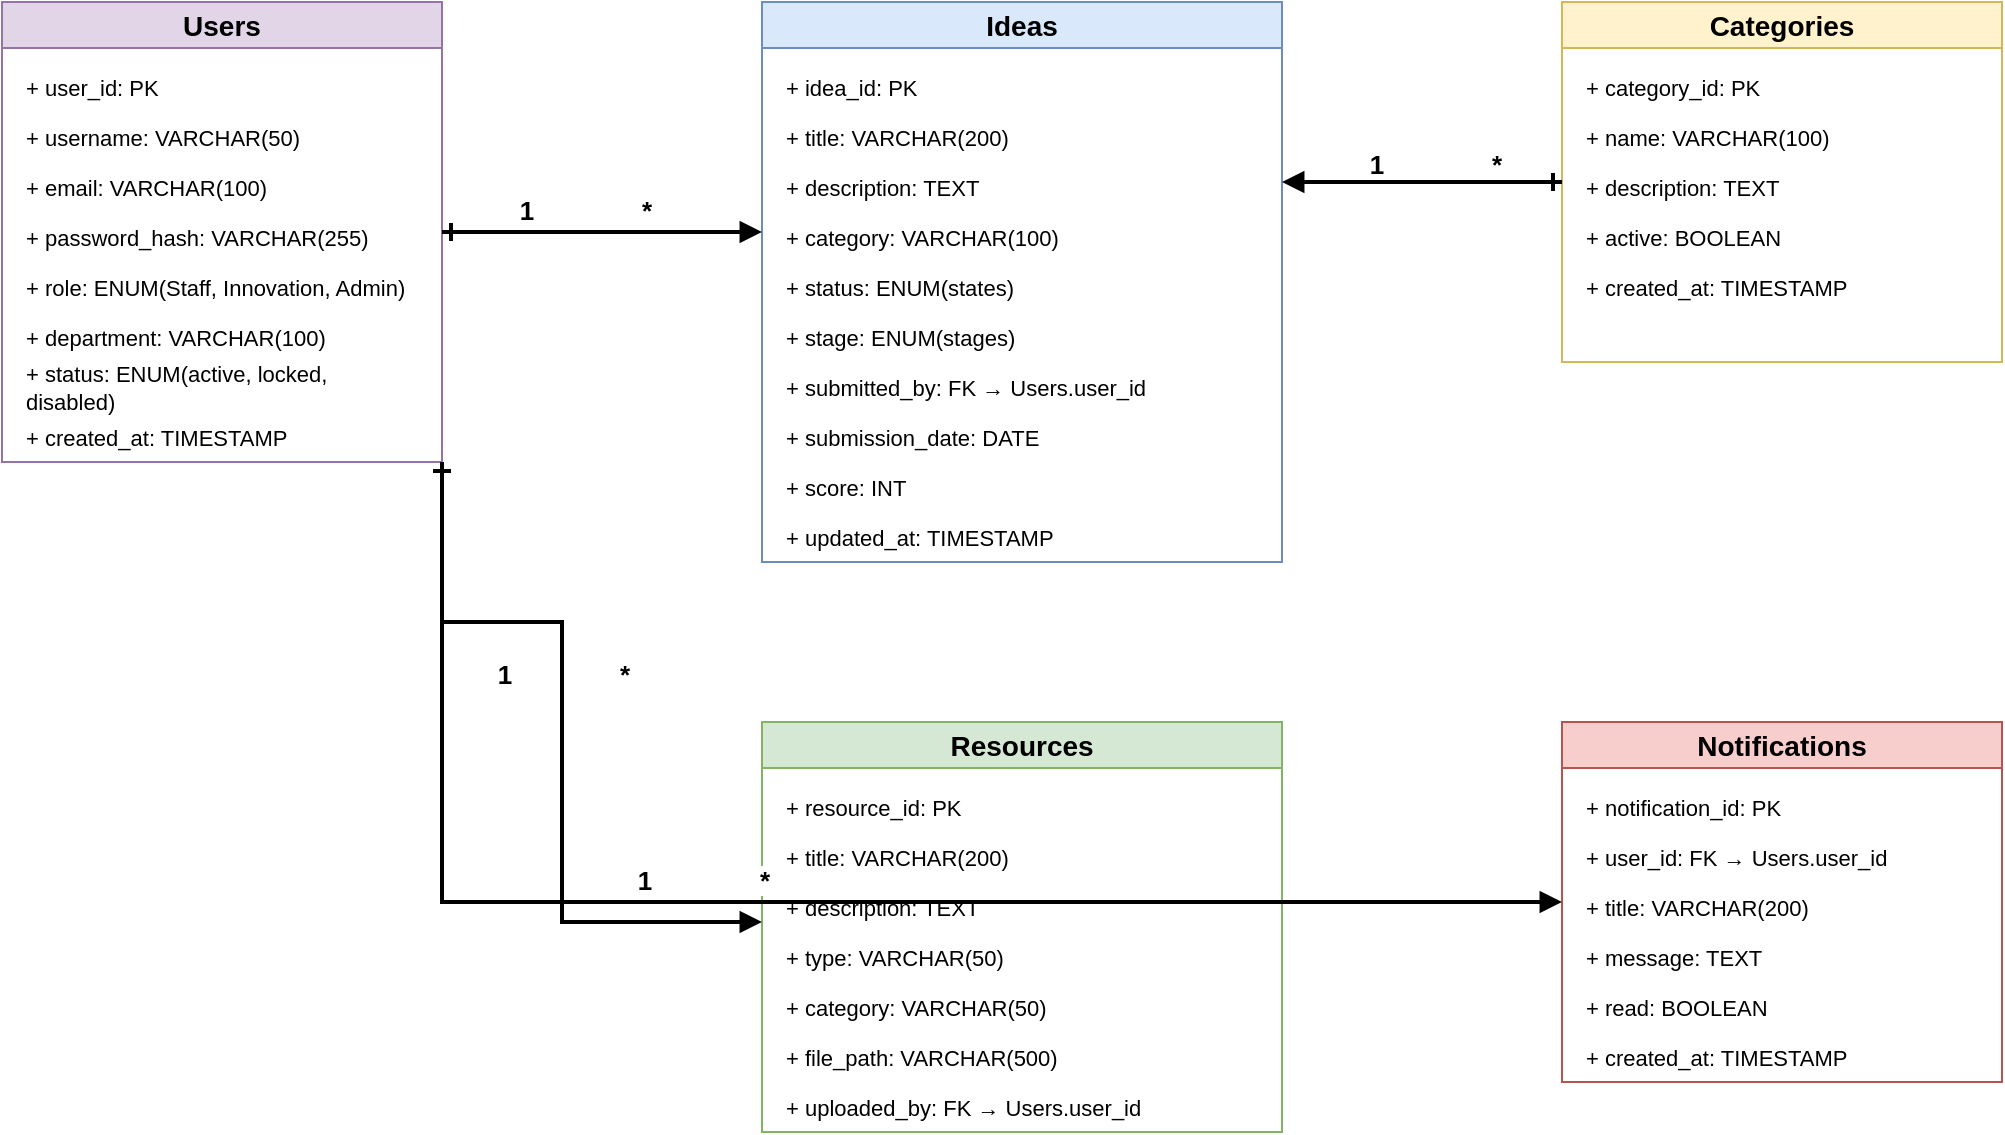
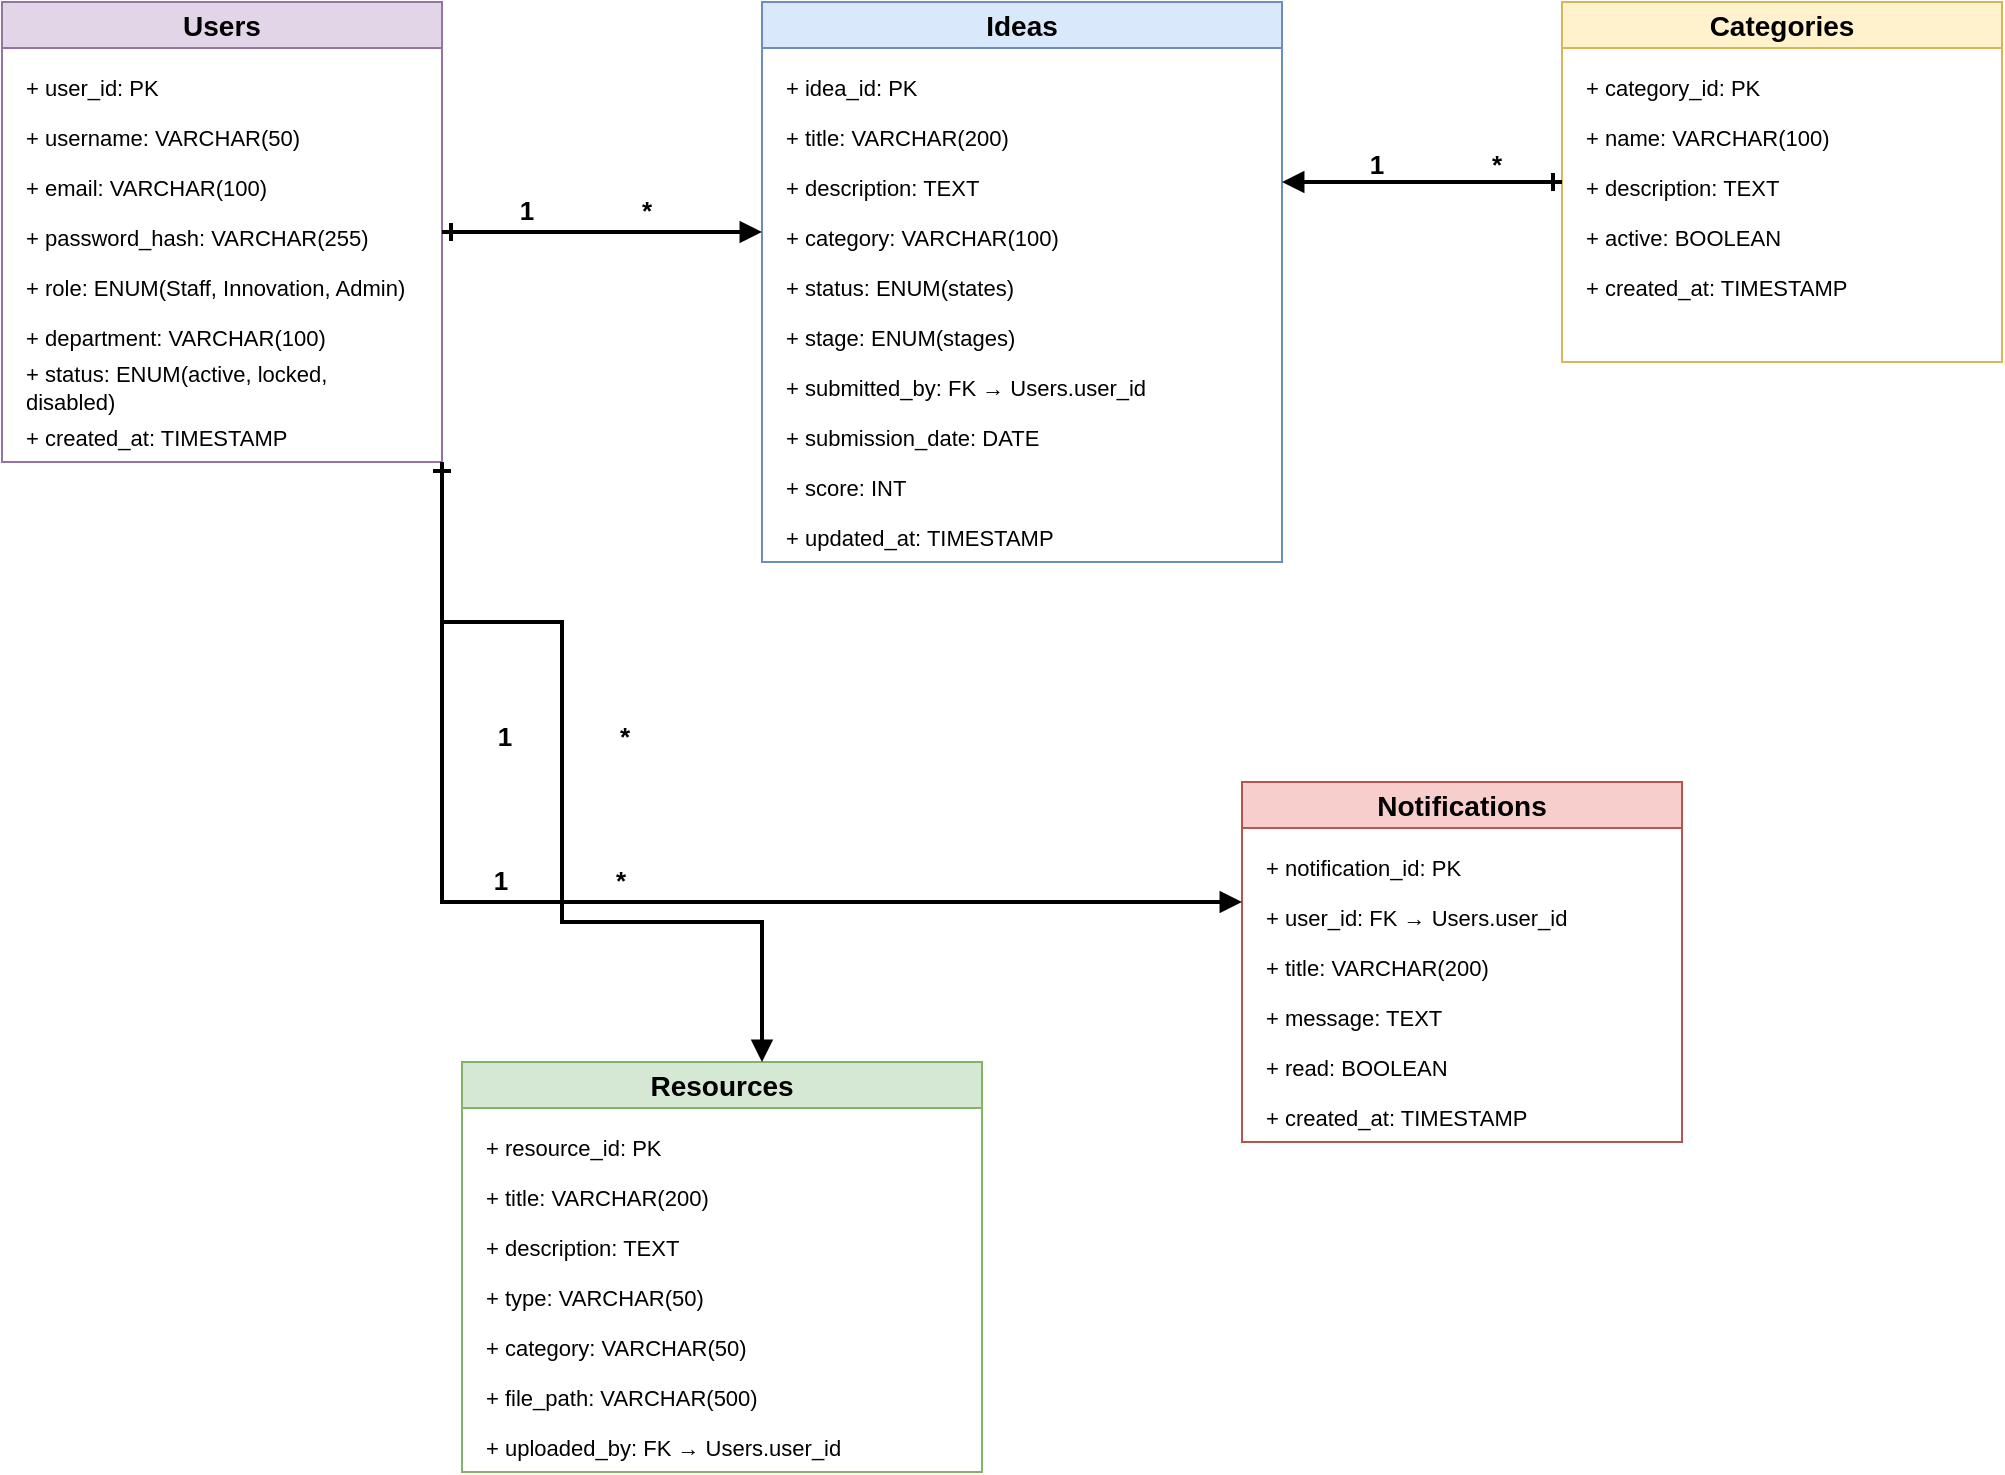
<mxfile host="app.diagrams.net">
  <diagram name="ERD" id="ijxSy8GPh-235kHQ-9ez">
-     <mxGraphModel dx="926" dy="600" grid="1" gridSize="10" guides="1" tooltips="1" connect="1" arrows="1" fold="1" page="1" pageScale="1" pageWidth="850" pageHeight="1100" math="0" shadow="0">
+     <mxGraphModel dx="1029" dy="667" grid="1" gridSize="10" guides="1" tooltips="1" connect="1" arrows="1" fold="1" page="1" pageScale="1" pageWidth="850" pageHeight="1100" math="0" shadow="0">
      <root>
        <mxCell id="0" />
        <mxCell id="1" parent="0" />
        <mxCell id="2hUeCNZVQ66f_0S_n0hI-1" parent="1" style="swimlane;whiteSpace=wrap;html=1;fillColor=#e1d5e7;strokeColor=#9673a6;fontSize=14;fontStyle=1;" value="Users" vertex="1">
          <mxGeometry height="230" width="220" x="40" y="40" as="geometry" />
        </mxCell>
        <mxCell id="2hUeCNZVQ66f_0S_n0hI-2" parent="2hUeCNZVQ66f_0S_n0hI-1" style="text;html=1;strokeColor=none;fillColor=none;align=left;verticalAlign=middle;whiteSpace=wrap;fontSize=11;" value="+ user_id: PK" vertex="1">
          <mxGeometry height="25" width="200" x="10" y="30" as="geometry" />
        </mxCell>
        <mxCell id="2hUeCNZVQ66f_0S_n0hI-3" parent="2hUeCNZVQ66f_0S_n0hI-1" style="text;html=1;strokeColor=none;fillColor=none;align=left;verticalAlign=middle;whiteSpace=wrap;fontSize=11;" value="+ username: VARCHAR(50)" vertex="1">
          <mxGeometry height="25" width="200" x="10" y="55" as="geometry" />
        </mxCell>
        <mxCell id="2hUeCNZVQ66f_0S_n0hI-4" parent="2hUeCNZVQ66f_0S_n0hI-1" style="text;html=1;strokeColor=none;fillColor=none;align=left;verticalAlign=middle;whiteSpace=wrap;fontSize=11;" value="+ email: VARCHAR(100)" vertex="1">
          <mxGeometry height="25" width="200" x="10" y="80" as="geometry" />
        </mxCell>
        <mxCell id="2hUeCNZVQ66f_0S_n0hI-5" parent="2hUeCNZVQ66f_0S_n0hI-1" style="text;html=1;strokeColor=none;fillColor=none;align=left;verticalAlign=middle;whiteSpace=wrap;fontSize=11;" value="+ password_hash: VARCHAR(255)" vertex="1">
          <mxGeometry height="25" width="200" x="10" y="105" as="geometry" />
        </mxCell>
        <mxCell id="2hUeCNZVQ66f_0S_n0hI-6" parent="2hUeCNZVQ66f_0S_n0hI-1" style="text;html=1;strokeColor=none;fillColor=none;align=left;verticalAlign=middle;whiteSpace=wrap;fontSize=11;" value="+ role: ENUM(Staff, Innovation, Admin)" vertex="1">
          <mxGeometry height="25" width="200" x="10" y="130" as="geometry" />
        </mxCell>
        <mxCell id="2hUeCNZVQ66f_0S_n0hI-7" parent="2hUeCNZVQ66f_0S_n0hI-1" style="text;html=1;strokeColor=none;fillColor=none;align=left;verticalAlign=middle;whiteSpace=wrap;fontSize=11;" value="+ department: VARCHAR(100)" vertex="1">
          <mxGeometry height="25" width="200" x="10" y="155" as="geometry" />
        </mxCell>
        <mxCell id="2hUeCNZVQ66f_0S_n0hI-8" parent="2hUeCNZVQ66f_0S_n0hI-1" style="text;html=1;strokeColor=none;fillColor=none;align=left;verticalAlign=middle;whiteSpace=wrap;fontSize=11;" value="+ status: ENUM(active, locked, disabled)" vertex="1">
          <mxGeometry height="25" width="200" x="10" y="180" as="geometry" />
        </mxCell>
        <mxCell id="2hUeCNZVQ66f_0S_n0hI-9" parent="2hUeCNZVQ66f_0S_n0hI-1" style="text;html=1;strokeColor=none;fillColor=none;align=left;verticalAlign=middle;whiteSpace=wrap;fontSize=11;" value="+ created_at: TIMESTAMP" vertex="1">
          <mxGeometry height="25" width="200" x="10" y="205" as="geometry" />
        </mxCell>
        <mxCell id="2hUeCNZVQ66f_0S_n0hI-10" parent="1" style="swimlane;whiteSpace=wrap;html=1;fillColor=#dae8fc;strokeColor=#6c8ebf;fontSize=14;fontStyle=1;" value="Ideas" vertex="1">
          <mxGeometry height="280" width="260" x="420" y="40" as="geometry" />
        </mxCell>
        <mxCell id="2hUeCNZVQ66f_0S_n0hI-11" parent="2hUeCNZVQ66f_0S_n0hI-10" style="text;html=1;strokeColor=none;fillColor=none;align=left;verticalAlign=middle;whiteSpace=wrap;fontSize=11;" value="+ idea_id: PK" vertex="1">
          <mxGeometry height="25" width="240" x="10" y="30" as="geometry" />
        </mxCell>
        <mxCell id="2hUeCNZVQ66f_0S_n0hI-12" parent="2hUeCNZVQ66f_0S_n0hI-10" style="text;html=1;strokeColor=none;fillColor=none;align=left;verticalAlign=middle;whiteSpace=wrap;fontSize=11;" value="+ title: VARCHAR(200)" vertex="1">
          <mxGeometry height="25" width="240" x="10" y="55" as="geometry" />
        </mxCell>
        <mxCell id="2hUeCNZVQ66f_0S_n0hI-13" parent="2hUeCNZVQ66f_0S_n0hI-10" style="text;html=1;strokeColor=none;fillColor=none;align=left;verticalAlign=middle;whiteSpace=wrap;fontSize=11;" value="+ description: TEXT" vertex="1">
          <mxGeometry height="25" width="240" x="10" y="80" as="geometry" />
        </mxCell>
        <mxCell id="2hUeCNZVQ66f_0S_n0hI-14" parent="2hUeCNZVQ66f_0S_n0hI-10" style="text;html=1;strokeColor=none;fillColor=none;align=left;verticalAlign=middle;whiteSpace=wrap;fontSize=11;" value="+ category: VARCHAR(100)" vertex="1">
          <mxGeometry height="25" width="240" x="10" y="105" as="geometry" />
        </mxCell>
        <mxCell id="2hUeCNZVQ66f_0S_n0hI-15" parent="2hUeCNZVQ66f_0S_n0hI-10" style="text;html=1;strokeColor=none;fillColor=none;align=left;verticalAlign=middle;whiteSpace=wrap;fontSize=11;" value="+ status: ENUM(states)" vertex="1">
          <mxGeometry height="25" width="240" x="10" y="130" as="geometry" />
        </mxCell>
        <mxCell id="2hUeCNZVQ66f_0S_n0hI-16" parent="2hUeCNZVQ66f_0S_n0hI-10" style="text;html=1;strokeColor=none;fillColor=none;align=left;verticalAlign=middle;whiteSpace=wrap;fontSize=11;" value="+ stage: ENUM(stages)" vertex="1">
          <mxGeometry height="25" width="240" x="10" y="155" as="geometry" />
        </mxCell>
        <mxCell id="2hUeCNZVQ66f_0S_n0hI-17" parent="2hUeCNZVQ66f_0S_n0hI-10" style="text;html=1;strokeColor=none;fillColor=none;align=left;verticalAlign=middle;whiteSpace=wrap;fontSize=11;" value="+ submitted_by: FK → Users.user_id" vertex="1">
          <mxGeometry height="25" width="240" x="10" y="180" as="geometry" />
        </mxCell>
        <mxCell id="2hUeCNZVQ66f_0S_n0hI-18" parent="2hUeCNZVQ66f_0S_n0hI-10" style="text;html=1;strokeColor=none;fillColor=none;align=left;verticalAlign=middle;whiteSpace=wrap;fontSize=11;" value="+ submission_date: DATE" vertex="1">
          <mxGeometry height="25" width="240" x="10" y="205" as="geometry" />
        </mxCell>
        <mxCell id="2hUeCNZVQ66f_0S_n0hI-19" parent="2hUeCNZVQ66f_0S_n0hI-10" style="text;html=1;strokeColor=none;fillColor=none;align=left;verticalAlign=middle;whiteSpace=wrap;fontSize=11;" value="+ score: INT" vertex="1">
          <mxGeometry height="25" width="240" x="10" y="230" as="geometry" />
        </mxCell>
        <mxCell id="2hUeCNZVQ66f_0S_n0hI-20" parent="2hUeCNZVQ66f_0S_n0hI-10" style="text;html=1;strokeColor=none;fillColor=none;align=left;verticalAlign=middle;whiteSpace=wrap;fontSize=11;" value="+ updated_at: TIMESTAMP" vertex="1">
          <mxGeometry height="25" width="240" x="10" y="255" as="geometry" />
        </mxCell>
        <mxCell id="2hUeCNZVQ66f_0S_n0hI-21" parent="1" style="swimlane;whiteSpace=wrap;html=1;fillColor=#fff2cc;strokeColor=#d6b656;fontSize=14;fontStyle=1;" value="Categories" vertex="1">
          <mxGeometry height="180" width="220" x="820" y="40" as="geometry" />
        </mxCell>
        <mxCell id="2hUeCNZVQ66f_0S_n0hI-22" parent="2hUeCNZVQ66f_0S_n0hI-21" style="text;html=1;strokeColor=none;fillColor=none;align=left;verticalAlign=middle;whiteSpace=wrap;fontSize=11;" value="+ category_id: PK" vertex="1">
          <mxGeometry height="25" width="200" x="10" y="30" as="geometry" />
        </mxCell>
        <mxCell id="2hUeCNZVQ66f_0S_n0hI-23" parent="2hUeCNZVQ66f_0S_n0hI-21" style="text;html=1;strokeColor=none;fillColor=none;align=left;verticalAlign=middle;whiteSpace=wrap;fontSize=11;" value="+ name: VARCHAR(100)" vertex="1">
          <mxGeometry height="25" width="200" x="10" y="55" as="geometry" />
        </mxCell>
        <mxCell id="2hUeCNZVQ66f_0S_n0hI-24" parent="2hUeCNZVQ66f_0S_n0hI-21" style="text;html=1;strokeColor=none;fillColor=none;align=left;verticalAlign=middle;whiteSpace=wrap;fontSize=11;" value="+ description: TEXT" vertex="1">
          <mxGeometry height="25" width="200" x="10" y="80" as="geometry" />
        </mxCell>
        <mxCell id="2hUeCNZVQ66f_0S_n0hI-25" parent="2hUeCNZVQ66f_0S_n0hI-21" style="text;html=1;strokeColor=none;fillColor=none;align=left;verticalAlign=middle;whiteSpace=wrap;fontSize=11;" value="+ active: BOOLEAN" vertex="1">
          <mxGeometry height="25" width="200" x="10" y="105" as="geometry" />
        </mxCell>
        <mxCell id="2hUeCNZVQ66f_0S_n0hI-26" parent="2hUeCNZVQ66f_0S_n0hI-21" style="text;html=1;strokeColor=none;fillColor=none;align=left;verticalAlign=middle;whiteSpace=wrap;fontSize=11;" value="+ created_at: TIMESTAMP" vertex="1">
          <mxGeometry height="25" width="200" x="10" y="130" as="geometry" />
        </mxCell>
        <mxCell id="2hUeCNZVQ66f_0S_n0hI-27" parent="1" style="swimlane;whiteSpace=wrap;html=1;fillColor=#d5e8d4;strokeColor=#82b366;fontSize=14;fontStyle=1;" value="Resources" vertex="1">
-           <mxGeometry height="205" width="260" x="420" y="400" as="geometry" />
+           <mxGeometry height="205" width="260" x="270" y="570" as="geometry" />
        </mxCell>
        <mxCell id="2hUeCNZVQ66f_0S_n0hI-28" parent="2hUeCNZVQ66f_0S_n0hI-27" style="text;html=1;strokeColor=none;fillColor=none;align=left;verticalAlign=middle;whiteSpace=wrap;fontSize=11;" value="+ resource_id: PK" vertex="1">
          <mxGeometry height="25" width="240" x="10" y="30" as="geometry" />
        </mxCell>
        <mxCell id="2hUeCNZVQ66f_0S_n0hI-29" parent="2hUeCNZVQ66f_0S_n0hI-27" style="text;html=1;strokeColor=none;fillColor=none;align=left;verticalAlign=middle;whiteSpace=wrap;fontSize=11;" value="+ title: VARCHAR(200)" vertex="1">
          <mxGeometry height="25" width="240" x="10" y="55" as="geometry" />
        </mxCell>
        <mxCell id="2hUeCNZVQ66f_0S_n0hI-30" parent="2hUeCNZVQ66f_0S_n0hI-27" style="text;html=1;strokeColor=none;fillColor=none;align=left;verticalAlign=middle;whiteSpace=wrap;fontSize=11;" value="+ description: TEXT" vertex="1">
          <mxGeometry height="25" width="240" x="10" y="80" as="geometry" />
        </mxCell>
        <mxCell id="2hUeCNZVQ66f_0S_n0hI-31" parent="2hUeCNZVQ66f_0S_n0hI-27" style="text;html=1;strokeColor=none;fillColor=none;align=left;verticalAlign=middle;whiteSpace=wrap;fontSize=11;" value="+ type: VARCHAR(50)" vertex="1">
          <mxGeometry height="25" width="240" x="10" y="105" as="geometry" />
        </mxCell>
        <mxCell id="2hUeCNZVQ66f_0S_n0hI-32" parent="2hUeCNZVQ66f_0S_n0hI-27" style="text;html=1;strokeColor=none;fillColor=none;align=left;verticalAlign=middle;whiteSpace=wrap;fontSize=11;" value="+ category: VARCHAR(50)" vertex="1">
          <mxGeometry height="25" width="240" x="10" y="130" as="geometry" />
        </mxCell>
        <mxCell id="2hUeCNZVQ66f_0S_n0hI-33" parent="2hUeCNZVQ66f_0S_n0hI-27" style="text;html=1;strokeColor=none;fillColor=none;align=left;verticalAlign=middle;whiteSpace=wrap;fontSize=11;" value="+ file_path: VARCHAR(500)" vertex="1">
          <mxGeometry height="25" width="240" x="10" y="155" as="geometry" />
        </mxCell>
        <mxCell id="2hUeCNZVQ66f_0S_n0hI-34" parent="2hUeCNZVQ66f_0S_n0hI-27" style="text;html=1;strokeColor=none;fillColor=none;align=left;verticalAlign=middle;whiteSpace=wrap;fontSize=11;" value="+ uploaded_by: FK → Users.user_id" vertex="1">
          <mxGeometry height="25" width="240" x="10" y="180" as="geometry" />
        </mxCell>
        <mxCell id="2hUeCNZVQ66f_0S_n0hI-35" parent="1" style="swimlane;whiteSpace=wrap;html=1;fillColor=#f8cecc;strokeColor=#b85450;fontSize=14;fontStyle=1;" value="Notifications" vertex="1">
-           <mxGeometry height="180" width="220" x="820" y="400" as="geometry" />
+           <mxGeometry height="180" width="220" x="660" y="430" as="geometry" />
        </mxCell>
        <mxCell id="2hUeCNZVQ66f_0S_n0hI-36" parent="2hUeCNZVQ66f_0S_n0hI-35" style="text;html=1;strokeColor=none;fillColor=none;align=left;verticalAlign=middle;whiteSpace=wrap;fontSize=11;" value="+ notification_id: PK" vertex="1">
          <mxGeometry height="25" width="200" x="10" y="30" as="geometry" />
        </mxCell>
        <mxCell id="2hUeCNZVQ66f_0S_n0hI-37" parent="2hUeCNZVQ66f_0S_n0hI-35" style="text;html=1;strokeColor=none;fillColor=none;align=left;verticalAlign=middle;whiteSpace=wrap;fontSize=11;" value="+ user_id: FK → Users.user_id" vertex="1">
          <mxGeometry height="25" width="200" x="10" y="55" as="geometry" />
        </mxCell>
        <mxCell id="2hUeCNZVQ66f_0S_n0hI-38" parent="2hUeCNZVQ66f_0S_n0hI-35" style="text;html=1;strokeColor=none;fillColor=none;align=left;verticalAlign=middle;whiteSpace=wrap;fontSize=11;" value="+ title: VARCHAR(200)" vertex="1">
          <mxGeometry height="25" width="200" x="10" y="80" as="geometry" />
        </mxCell>
        <mxCell id="2hUeCNZVQ66f_0S_n0hI-39" parent="2hUeCNZVQ66f_0S_n0hI-35" style="text;html=1;strokeColor=none;fillColor=none;align=left;verticalAlign=middle;whiteSpace=wrap;fontSize=11;" value="+ message: TEXT" vertex="1">
          <mxGeometry height="25" width="200" x="10" y="105" as="geometry" />
        </mxCell>
        <mxCell id="2hUeCNZVQ66f_0S_n0hI-40" parent="2hUeCNZVQ66f_0S_n0hI-35" style="text;html=1;strokeColor=none;fillColor=none;align=left;verticalAlign=middle;whiteSpace=wrap;fontSize=11;" value="+ read: BOOLEAN" vertex="1">
          <mxGeometry height="25" width="200" x="10" y="130" as="geometry" />
        </mxCell>
        <mxCell id="2hUeCNZVQ66f_0S_n0hI-41" parent="2hUeCNZVQ66f_0S_n0hI-35" style="text;html=1;strokeColor=none;fillColor=none;align=left;verticalAlign=middle;whiteSpace=wrap;fontSize=11;" value="+ created_at: TIMESTAMP" vertex="1">
          <mxGeometry height="25" width="200" x="10" y="155" as="geometry" />
        </mxCell>
        <mxCell id="2hUeCNZVQ66f_0S_n0hI-42" edge="1" parent="1" source="2hUeCNZVQ66f_0S_n0hI-1" style="edgeStyle=orthogonalEdgeStyle;rounded=0;orthogonalLoop=1;jettySize=auto;html=1;strokeWidth=2;endArrow=block;endFill=1;startArrow=ERone;startFill=0;targetPortConstraint=east;sourcePortConstraint=west;" target="2hUeCNZVQ66f_0S_n0hI-10">
          <mxGeometry relative="1" as="geometry">
            <Array as="points">
              <mxPoint x="260" y="160" />
              <mxPoint x="420" y="160" />
            </Array>
          </mxGeometry>
        </mxCell>
        <mxCell id="2hUeCNZVQ66f_0S_n0hI-43" connectable="0" parent="2hUeCNZVQ66f_0S_n0hI-42" style="edgeLabel;html=1;align=center;verticalAlign=middle;resizable=0;points=[];fontSize=13;fontStyle=1;" value="1" vertex="1">
          <mxGeometry relative="1" x="-0.1" y="1" as="geometry">
            <mxPoint x="-30" y="-10" as="offset" />
          </mxGeometry>
        </mxCell>
        <mxCell id="2hUeCNZVQ66f_0S_n0hI-44" connectable="0" parent="2hUeCNZVQ66f_0S_n0hI-42" style="edgeLabel;html=1;align=center;verticalAlign=middle;resizable=0;points=[];fontSize=13;fontStyle=1;" value="*" vertex="1">
          <mxGeometry relative="1" x="-0.1" y="1" as="geometry">
            <mxPoint x="30" y="-10" as="offset" />
          </mxGeometry>
        </mxCell>
        <mxCell id="2hUeCNZVQ66f_0S_n0hI-45" edge="1" parent="1" source="2hUeCNZVQ66f_0S_n0hI-1" style="edgeStyle=orthogonalEdgeStyle;rounded=0;orthogonalLoop=1;jettySize=auto;html=1;strokeWidth=2;endArrow=block;endFill=1;startArrow=ERone;startFill=0;" target="2hUeCNZVQ66f_0S_n0hI-27">
          <mxGeometry relative="1" as="geometry">
            <Array as="points">
              <mxPoint x="260" y="350" />
              <mxPoint x="320" y="350" />
              <mxPoint x="320" y="500" />
              <mxPoint x="420" y="500" />
            </Array>
          </mxGeometry>
        </mxCell>
        <mxCell id="2hUeCNZVQ66f_0S_n0hI-46" connectable="0" parent="2hUeCNZVQ66f_0S_n0hI-45" style="edgeLabel;html=1;align=center;verticalAlign=middle;resizable=0;points=[];fontSize=13;fontStyle=1;" value="1" vertex="1">
          <mxGeometry relative="1" x="-0.1" y="1" as="geometry">
            <mxPoint x="-30" y="-10" as="offset" />
          </mxGeometry>
        </mxCell>
        <mxCell id="2hUeCNZVQ66f_0S_n0hI-47" connectable="0" parent="2hUeCNZVQ66f_0S_n0hI-45" style="edgeLabel;html=1;align=center;verticalAlign=middle;resizable=0;points=[];fontSize=13;fontStyle=1;" value="*" vertex="1">
          <mxGeometry relative="1" x="-0.1" y="1" as="geometry">
            <mxPoint x="30" y="-10" as="offset" />
          </mxGeometry>
        </mxCell>
        <mxCell id="2hUeCNZVQ66f_0S_n0hI-48" edge="1" parent="1" source="2hUeCNZVQ66f_0S_n0hI-1" style="edgeStyle=orthogonalEdgeStyle;rounded=0;orthogonalLoop=1;jettySize=auto;html=1;strokeWidth=2;endArrow=block;endFill=1;startArrow=ERone;startFill=0;" target="2hUeCNZVQ66f_0S_n0hI-35">
          <mxGeometry relative="1" as="geometry">
            <Array as="points">
              <mxPoint x="260" y="490" />
              <mxPoint x="820" y="490" />
            </Array>
          </mxGeometry>
        </mxCell>
        <mxCell id="2hUeCNZVQ66f_0S_n0hI-49" connectable="0" parent="2hUeCNZVQ66f_0S_n0hI-48" style="edgeLabel;html=1;align=center;verticalAlign=middle;resizable=0;points=[];fontSize=13;fontStyle=1;" value="1" vertex="1">
          <mxGeometry relative="1" x="-0.1" y="1" as="geometry">
            <mxPoint x="-30" y="-10" as="offset" />
          </mxGeometry>
        </mxCell>
        <mxCell id="2hUeCNZVQ66f_0S_n0hI-50" connectable="0" parent="2hUeCNZVQ66f_0S_n0hI-48" style="edgeLabel;html=1;align=center;verticalAlign=middle;resizable=0;points=[];fontSize=13;fontStyle=1;" value="*" vertex="1">
          <mxGeometry relative="1" x="-0.1" y="1" as="geometry">
            <mxPoint x="30" y="-10" as="offset" />
          </mxGeometry>
        </mxCell>
        <mxCell id="2hUeCNZVQ66f_0S_n0hI-51" edge="1" parent="1" source="2hUeCNZVQ66f_0S_n0hI-21" style="edgeStyle=orthogonalEdgeStyle;rounded=0;orthogonalLoop=1;jettySize=auto;html=1;strokeWidth=2;endArrow=block;endFill=1;startArrow=ERone;startFill=0;" target="2hUeCNZVQ66f_0S_n0hI-10">
          <mxGeometry relative="1" as="geometry">
            <Array as="points">
              <mxPoint x="820" y="160" />
              <mxPoint x="680" y="160" />
            </Array>
          </mxGeometry>
        </mxCell>
        <mxCell id="2hUeCNZVQ66f_0S_n0hI-52" connectable="0" parent="2hUeCNZVQ66f_0S_n0hI-51" style="edgeLabel;html=1;align=center;verticalAlign=middle;resizable=0;points=[];fontSize=13;fontStyle=1;" value="1" vertex="1">
          <mxGeometry relative="1" x="-0.1" y="1" as="geometry">
            <mxPoint x="-30" y="-10" as="offset" />
          </mxGeometry>
        </mxCell>
        <mxCell id="2hUeCNZVQ66f_0S_n0hI-53" connectable="0" parent="2hUeCNZVQ66f_0S_n0hI-51" style="edgeLabel;html=1;align=center;verticalAlign=middle;resizable=0;points=[];fontSize=13;fontStyle=1;" value="*" vertex="1">
          <mxGeometry relative="1" x="-0.1" y="1" as="geometry">
            <mxPoint x="30" y="-10" as="offset" />
          </mxGeometry>
        </mxCell>
      </root>
    </mxGraphModel>
  </diagram>
</mxfile>
